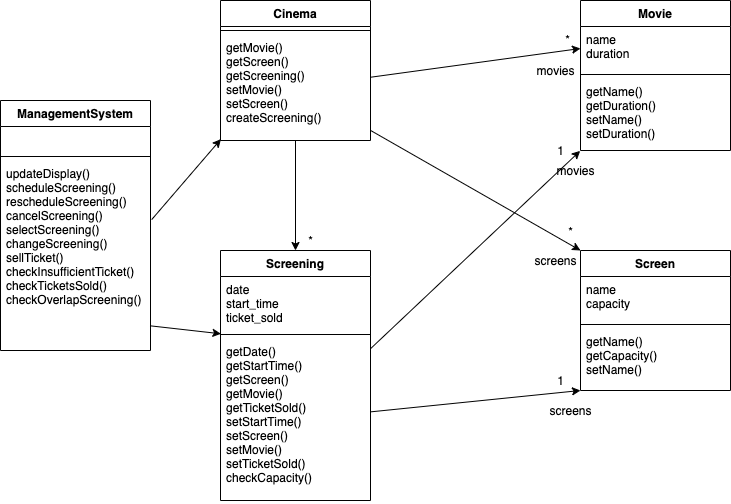
Earlier version of the draw.io export Analysis/Sequency Diagram/ClassDiagram.drawio.png (echo-cool/COMP3013J-Object-Oriented-Design-Cinema-Management-and-Booking-System). Source tidied: cells renumbered, new cells last; positions are measured from the earlier drawing's top-left corner, leaving out a move shared by most shapes.
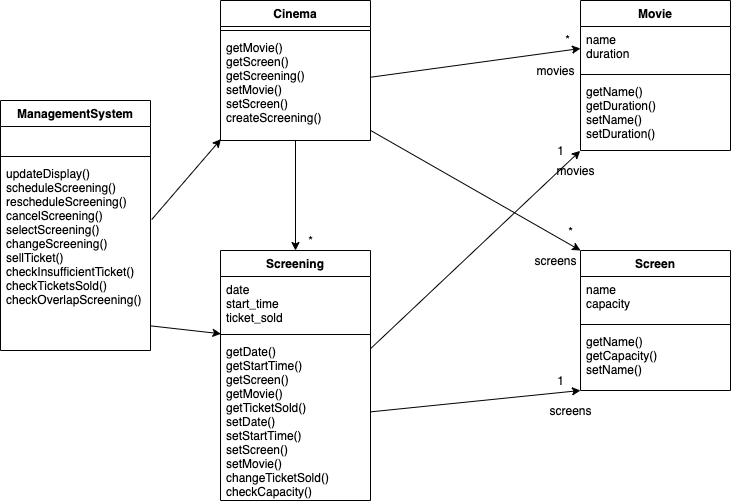
After the change.

Commit message:
chage-Class-disgram

What changed in the source:
```diff
@@ -23,7 +23,7 @@
     <mxCell id="8" style="line;strokeWidth=1;fillColor=none;align=left;verticalAlign=middle;spacingTop=-1;spacingLeft=3;spacingRight=3;labelPosition=right;" parent="6" vertex="1">
       <mxGeometry y="80" width="150" height="8" as="geometry" />
     </mxCell>
-    <mxCell id="9" value="getDate()&#10;getStartTime()&#10;getScreen()&#10;getMovie()&#10;getTicketSold()&#10;setStartTime()&#10;setScreen()&#10;setMovie()&#10;setTicketSold()&#10;checkCapacity()" style="text;strokeColor=none;fillColor=none;align=left;verticalAlign=top;spacingLeft=4;spacingRight=4;overflow=hidden;points=[[0,0.5],[1,0.5]];portConstraint=eastwest;" parent="6" vertex="1">
+    <mxCell id="9" value="getDate()&#10;getStartTime()&#10;getScreen()&#10;getMovie()&#10;getTicketSold()&#10;setDate()&#10;setStartTime()&#10;setScreen()&#10;setMovie()&#10;changeTicketSold()&#10;checkCapacity()" style="text;strokeColor=none;fillColor=none;align=left;verticalAlign=top;spacingLeft=4;spacingRight=4;overflow=hidden;points=[[0,0.5],[1,0.5]];portConstraint=eastwest;" parent="6" vertex="1">
       <mxGeometry y="88" width="150" height="162" as="geometry" />
     </mxCell>
     <mxCell id="10" value="Movie" style="swimlane;fontStyle=1;align=center;verticalAlign=top;horizontal=1;startSize=26;" parent="1" vertex="1">
```
